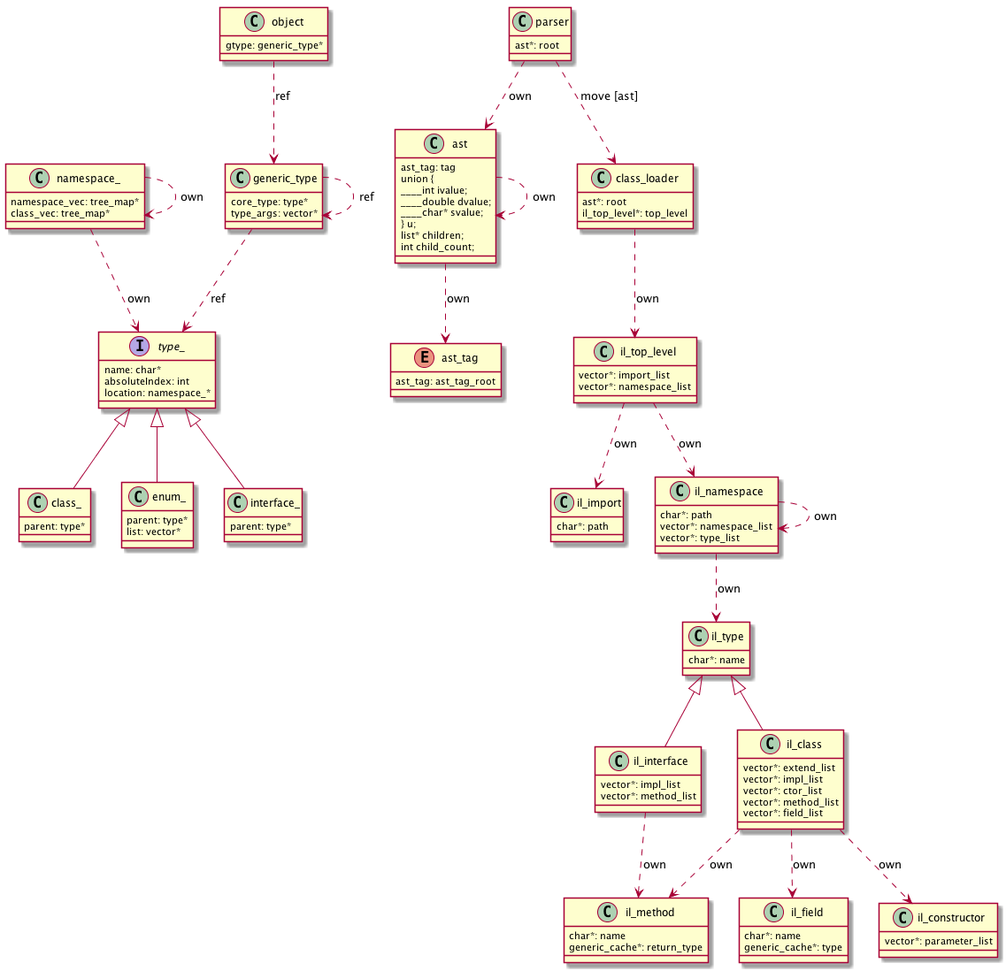
desktopgame/beacon keeps this PlantUML diagram as beacon/doc/beacon.png. Above is the earlier version. The source it was exported from:
```plantuml
@startuml beacon.png
class "namespace_" as namespace_ {
	namespace_vec: tree_map*
	class_vec: tree_map*
}

interface "type_" as type_ {
	name: char*
	absoluteIndex: int
	location: namespace_*
}

class "class_" as class_ {
	parent: type*
}

class "enum_" as enum_ {
	parent: type*
	list: vector*
}

class "interface_" as interface_ {
	parent: type*
}

class "generic_type" as generic_type {
	core_type: type*
	type_args: vector*
}

class "object" as object {
	gtype: generic_type*
}

enum "ast_tag" as ast_tag {
	ast_tag: ast_tag_root
}

class "ast" as ast {
	ast_tag: tag
	union {
		____int ivalue;
		____double dvalue;
		____char* svalue;
	} u;
	list* children;
	int child_count;
}

class "parser" as parser {
	ast*: root
}

class "il_import" as il_import {
	char*: path
}

class "il_namespace" as il_namespace {
	char*: path
	vector*: namespace_list
	vector*: type_list
}

class "il_type" as il_type {
	char*: name
}

class "il_constructor" as il_constructor {
	vector*: parameter_list
}

class "il_method" as il_method {
	char*: name
	generic_cache*: return_type
}

class "il_field" as il_field {
	char*: name
	generic_cache*: type
}

class "il_class" as il_class {
	vector*: extend_list
	vector*: impl_list
	vector*: ctor_list
	vector*: method_list
	vector*: field_list
}

class "il_interface" as il_interface {
	vector*: impl_list
	vector*: method_list
}

class "il_top_level" as il_top_level {
	vector*: import_list
	vector*: namespace_list
}

class "class_loader" as class_loader {
	ast*: root
	il_top_level*: top_level
}

ast ..> ast_tag : own
ast ..> ast : own
parser ..> ast : own
parser ..> class_loader : move [ast]
class_loader ..> il_top_level : own
il_top_level ..> il_import : own
il_top_level ..> il_namespace : own
il_namespace ..> il_type : own
il_namespace ..> il_namespace : own

il_class ..> il_constructor : own
il_class ..> il_field : own
il_class ..> il_method : own
il_interface ..> il_method : own

il_type <|-- il_class
il_type <|-- il_interface

namespace_ ..> type_ : own
namespace_ ..> namespace_ : own

object ..> generic_type : ref
generic_type ..> type_ : ref
generic_type ..> generic_type : ref

type_ <|-- class_
type_ <|-- interface_
type_ <|-- enum_
@enduml
```
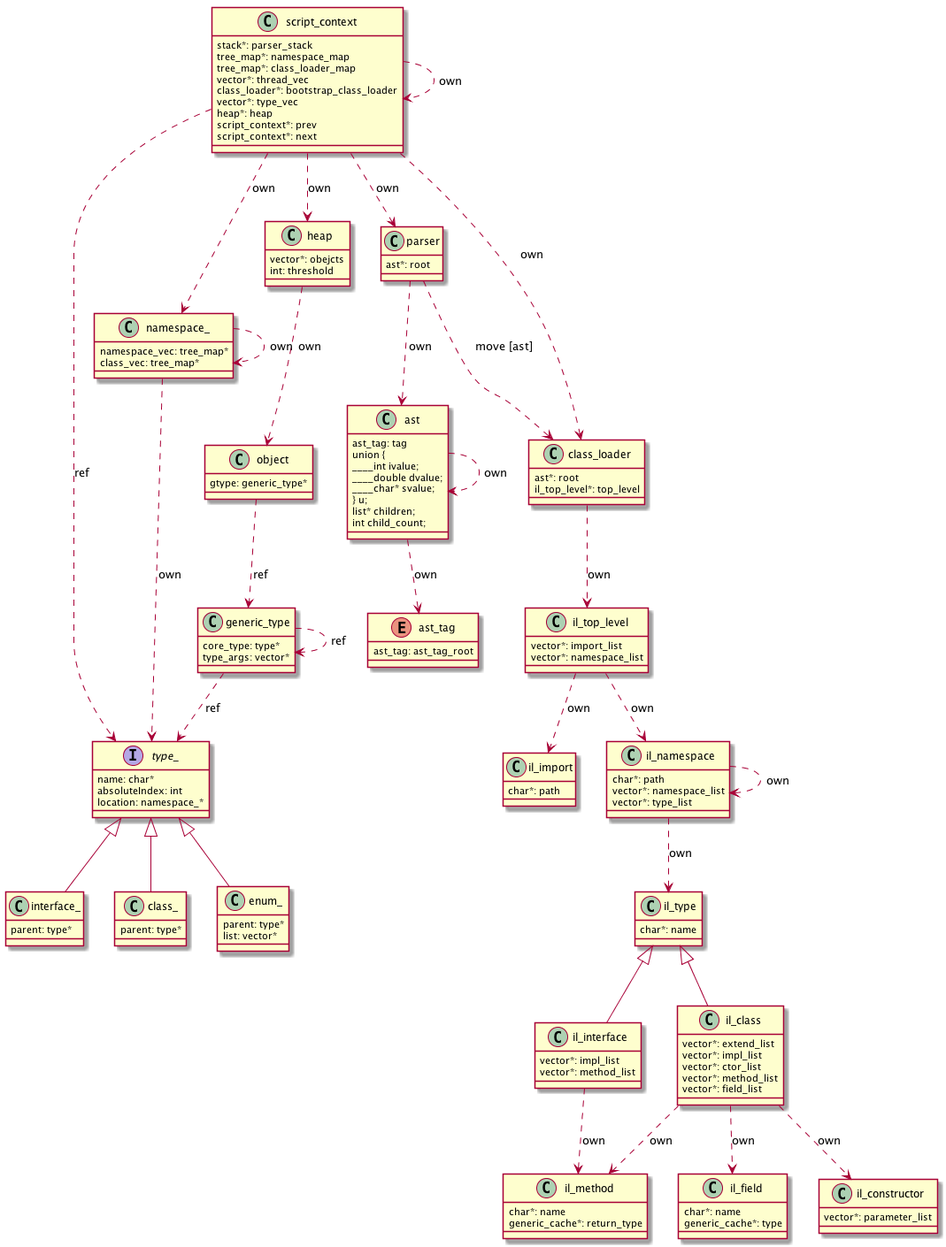
Above is the later version.

Commit message:
script_context を umlに反映

The edit, as a diff of the source:
```diff
@@ -102,8 +102,32 @@
 	il_top_level*: top_level
 }
 
+class "heap" as heap {
+	vector*: obejcts
+	int: threshold
+}
+
+class "script_context" as script_context {
+	stack*: parser_stack
+	tree_map*: namespace_map
+	tree_map*: class_loader_map
+	vector*: thread_vec
+	class_loader*: bootstrap_class_loader
+	vector*: type_vec
+	heap*: heap
+	script_context*: prev
+	script_context*: next
+}
+
 ast ..> ast_tag : own
 ast ..> ast : own
+script_context ..> namespace_ : own
+script_context ..> type_ : ref
+script_context ..> class_loader : own
+script_context ..> parser : own
+script_context ..> script_context : own
+script_context ..> heap : own
+heap ..> object : own
 parser ..> ast : own
 parser ..> class_loader : move [ast]
 class_loader ..> il_top_level : own
```
